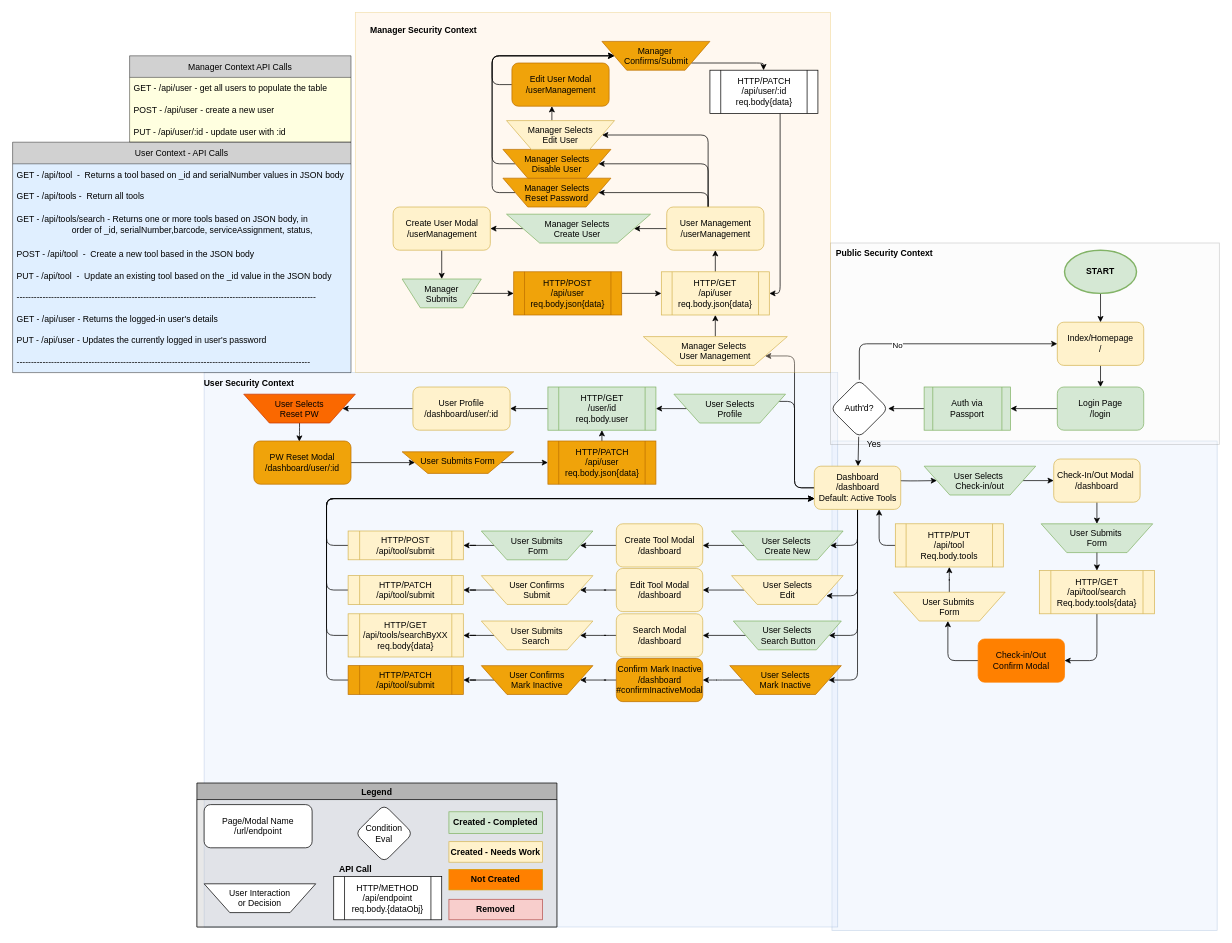
Earlier version of the draw.io diagram designDocument/apiTree.drawio (DaveLuhman/toolkeeper). Source tidied: cells renumbered, new cells numbered last; positions are measured from the earlier drawing's top-left corner, leaving out a move shared by most shapes. Both pictures are drawn from the tidied source at 72%, with x=0, y=0 at pixel (12, 12).
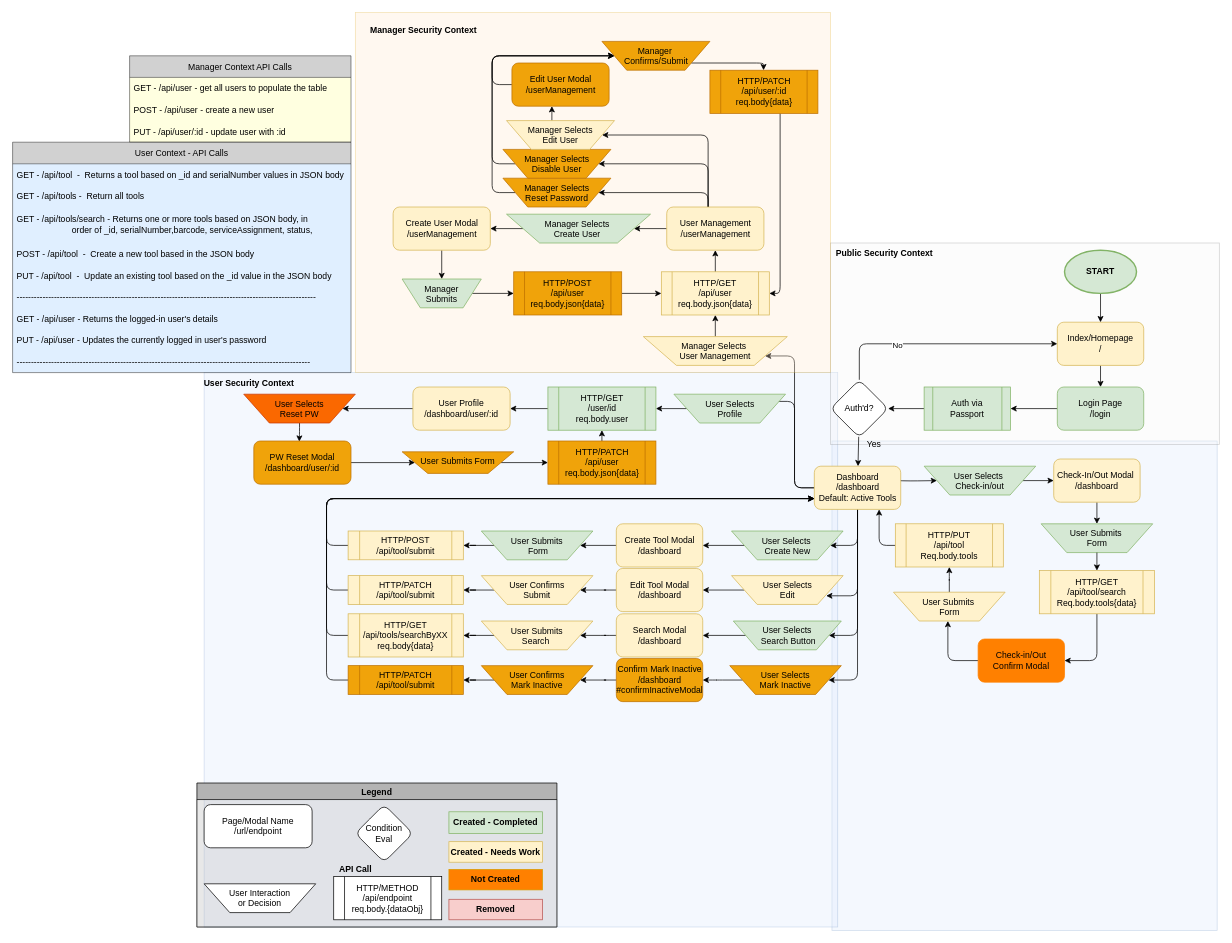
After the change.

The edit, as a diff of the source:
```diff
@@
-    <mxCell id="113" value="HTTP/PATCH&lt;br&gt;/api/user/:id&lt;br&gt;req.body{data}" style="shape=process;whiteSpace=wrap;html=1;backgroundOutline=1;" parent="1" vertex="1">
+    <mxCell id="113" value="HTTP/PATCH&lt;br&gt;/api/user/:id&lt;br&gt;req.body{data}" style="shape=process;whiteSpace=wrap;html=1;backgroundOutline=1;fillColor=#f0a30a;fontColor=#000000;strokeColor=#BD7000;" parent="1" vertex="1">
       <mxGeometry x="968.5" y="80" width="150" height="60" as="geometry" />
     </mxCell>
```
